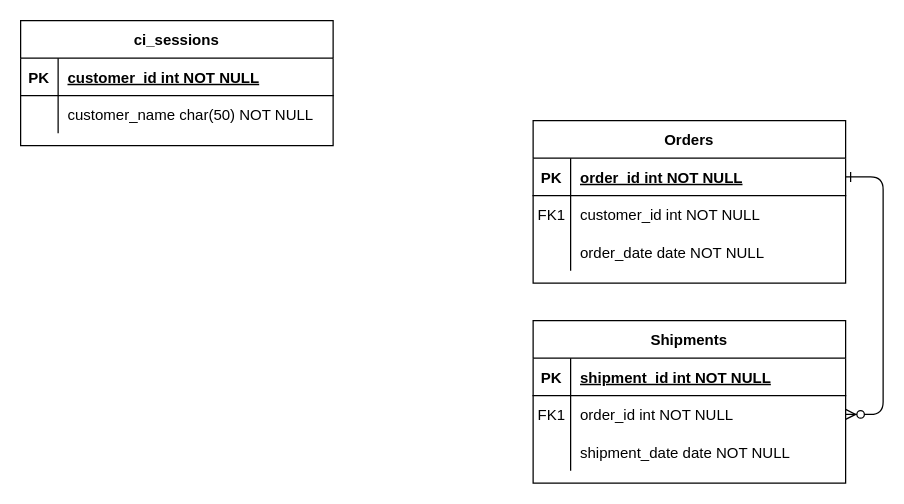
Before: database_ER_diagram.drawio in OrifInformatique/helpdesk, a draw.io diagram. Source tidied: cells renumbered, new cells numbered last; positions are measured from the earlier drawing's top-left corner, leaving out a move shared by most shapes. Both pictures are drawn from the tidied source at 125%, with x=0, y=0 at pixel (20, 20).
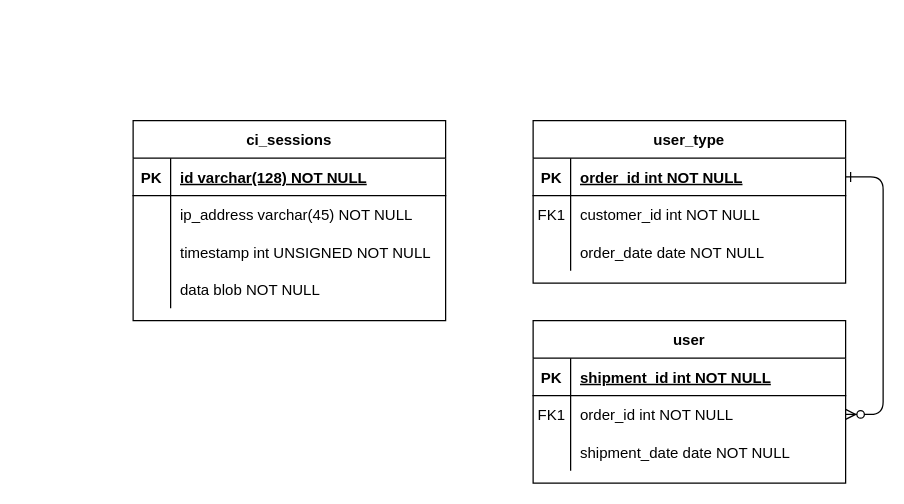
Above is the later version.

Unchanged cells that the change refers to:
```xml
<mxCell id="24" style="shape=partialRectangle;fillColor=none;top=0;left=0;right=0;bottom=1;" parent="23" vertex="1">
  <mxGeometry y="30" width="250" height="30" as="geometry" />
</mxCell>
<mxCell id="27" style="shape=partialRectangle;fillColor=none;top=0;left=0;right=0;bottom=0;" parent="23" vertex="1">
  <mxGeometry y="60" width="250" height="30" as="geometry" />
</mxCell>
```

The edit, as a diff of the source:
```diff
@@
-    <mxCell id="3" value="Orders" style="shape=table;startSize=30;childLayout=tableLayout;rowLines=0;fontStyle=1;align=center;" parent="1" vertex="1">
+    <mxCell id="3" value="user_type" style="shape=table;startSize=30;childLayout=tableLayout;rowLines=0;fontStyle=1;align=center;" parent="1" vertex="1">
       <mxGeometry x="410" y="80" width="250" height="130" as="geometry" />
     </mxCell>
@@
-    <mxCell id="13" value="Shipments" style="shape=table;startSize=30;childLayout=tableLayout;rowLines=0;fontStyle=1;align=center;" parent="1" vertex="1">
+    <mxCell id="13" value="user" style="shape=table;startSize=30;childLayout=tableLayout;rowLines=0;fontStyle=1;align=center;" parent="1" vertex="1">
       <mxGeometry x="410" y="240" width="250" height="130" as="geometry" />
     </mxCell>
@@
     <mxCell id="23" value="ci_sessions" style="shape=table;startSize=30;childLayout=tableLayout;rowLines=0;fontStyle=1;align=center;" parent="1" vertex="1">
-      <mxGeometry width="250" height="100" as="geometry" />
+      <mxGeometry x="90" y="80" width="250" height="160" as="geometry" />
     </mxCell>
@@
-    <mxCell id="26" value="customer_id int NOT NULL " style="shape=partialRectangle;overflow=hidden;fillColor=none;top=0;left=0;bottom=0;right=0;align=left;spacingLeft=6;fontStyle=5;" parent="24" vertex="1">
+    <mxCell id="26" value="id varchar(128) NOT NULL " style="shape=partialRectangle;overflow=hidden;fillColor=none;top=0;left=0;bottom=0;right=0;align=left;spacingLeft=6;fontStyle=5;" parent="24" vertex="1">
       <mxGeometry x="30" width="220" height="30" as="geometry" />
     </mxCell>
@@
-    <mxCell id="29" value="customer_name char(50) NOT NULL" style="shape=partialRectangle;overflow=hidden;fillColor=none;top=0;left=0;bottom=0;right=0;align=left;spacingLeft=6;" parent="27" vertex="1">
+    <mxCell id="29" value="ip_address varchar(45) NOT NULL" style="shape=partialRectangle;overflow=hidden;fillColor=none;top=0;left=0;bottom=0;right=0;align=left;spacingLeft=6;" parent="27" vertex="1">
       <mxGeometry x="30" width="220" height="30" as="geometry" />
     </mxCell>
+    <mxCell id="30" style="shape=partialRectangle;fillColor=none;top=0;left=0;bottom=0;right=0;" parent="23" vertex="1">
+      <mxGeometry y="90" width="250" height="30" as="geometry" />
+    </mxCell>
+    <mxCell id="31" style="shape=partialRectangle;fillColor=none;top=0;left=0;bottom=0;right=0;overflow=hidden;" parent="30" vertex="1">
+      <mxGeometry width="30" height="30" as="geometry" />
+    </mxCell>
+    <mxCell id="32" value="timestamp int UNSIGNED NOT NULL" style="shape=partialRectangle;fillColor=none;top=0;left=0;bottom=0;right=0;align=left;spacingLeft=6;overflow=hidden;" parent="30" vertex="1">
+      <mxGeometry x="30" width="220" height="30" as="geometry" />
+    </mxCell>
+    <mxCell id="33" style="shape=partialRectangle;fillColor=none;top=0;left=0;bottom=0;right=0;" parent="23" vertex="1">
+      <mxGeometry y="120" width="250" height="30" as="geometry" />
+    </mxCell>
+    <mxCell id="34" style="shape=partialRectangle;fillColor=none;top=0;left=0;bottom=0;right=0;overflow=hidden;" parent="33" vertex="1">
+      <mxGeometry width="30" height="30" as="geometry" />
+    </mxCell>
+    <mxCell id="35" value="data blob NOT NULL" style="shape=partialRectangle;fillColor=none;top=0;left=0;bottom=0;right=0;align=left;spacingLeft=6;overflow=hidden;" parent="33" vertex="1">
+      <mxGeometry x="30" width="220" height="30" as="geometry" />
+    </mxCell>
```
